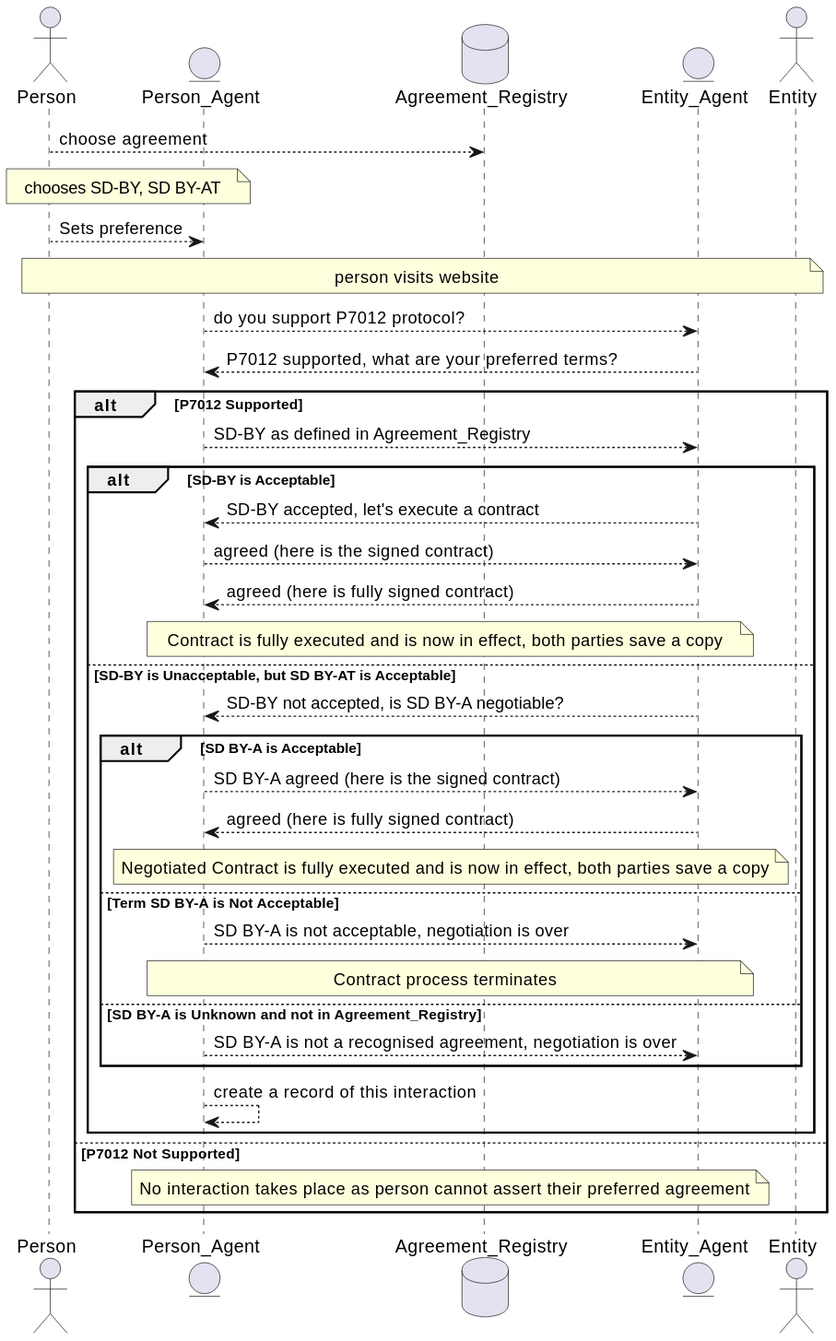
This is 2.2/diagrams/p7012-process-overview.svg from w3c/dpv, a PlantUML export, as it was before one commit.
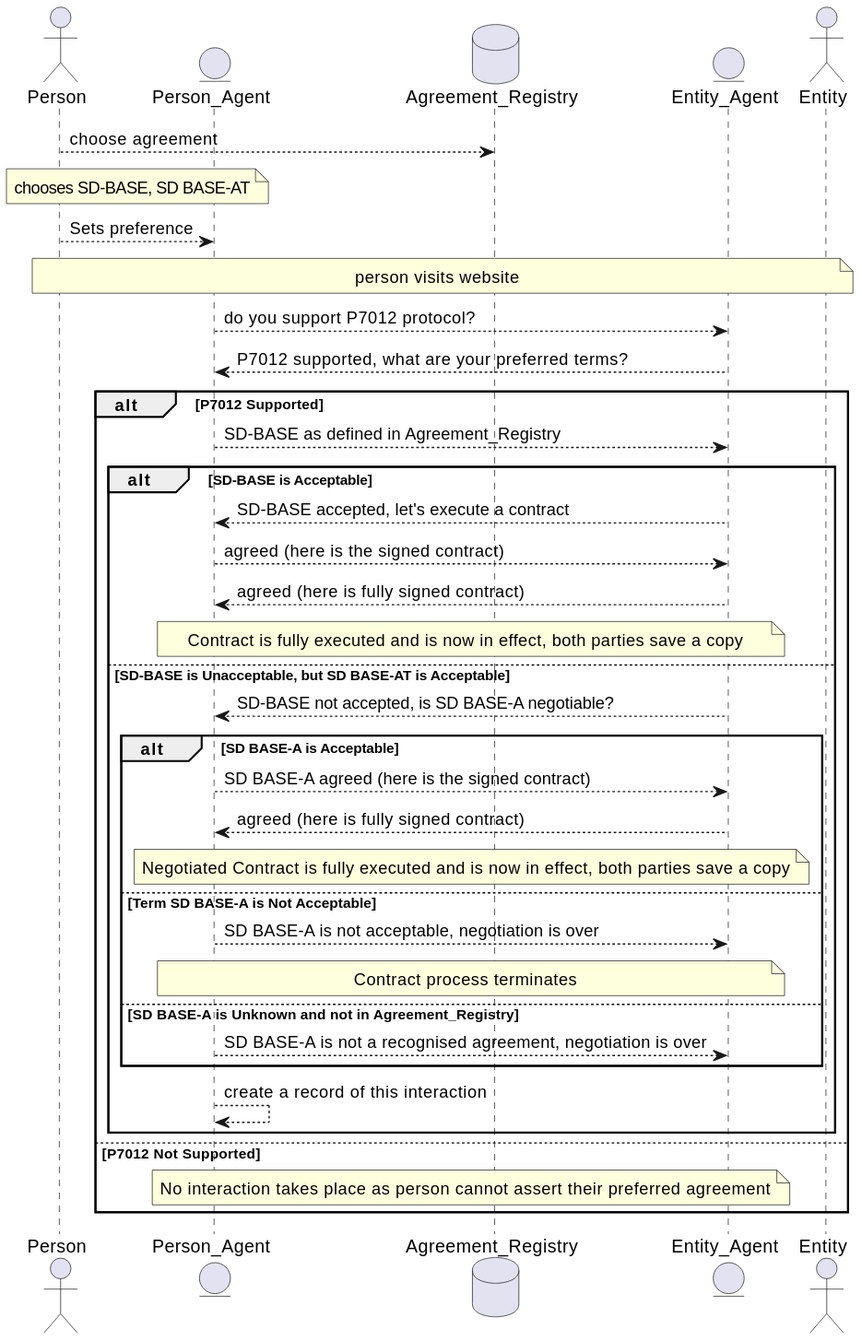
After the change.

Commit message:
p7012 updated diagrams ; close #379

The edit, as a diff of the source:
```diff
@@ -6,32 +6,32 @@
 actor Entity as SP
 
 P --> R: choose agreement
-note over P, PA: chooses SD-BY, SD BY-AT
+note over P, PA: chooses SD-BASE, SD BASE-AT
 P --> PA : Sets preference
 note over P, SP: person visits website
 PA --> PRA : do you support P7012 protocol?
 PRA --> PA : P7012 supported, what are your preferred terms?
 
 alt P7012 Supported
-    PA --> PRA : SD-BY as defined in Agreement_Registry
+    PA --> PRA : SD-BASE as defined in Agreement_Registry
 
-    alt SD-BY is Acceptable
-        PRA --> PA : SD-BY accepted, let's execute a contract
+    alt SD-BASE is Acceptable
+        PRA --> PA : SD-BASE accepted, let's execute a contract
         PA --> PRA : agreed (here is the signed contract)
         PRA --> PA : agreed (here is fully signed contract)
         note over PRA, PA : Contract is fully executed and is now in effect, both parties save a copy
-    else SD-BY is Unacceptable, but SD BY-AT is Acceptable
-        PRA --> PA : SD-BY not accepted, is SD BY-A negotiable?
+    else SD-BASE is Unacceptable, but SD BASE-AT is Acceptable
+        PRA --> PA : SD-BASE not accepted, is SD BASE-A negotiable?
 
-        alt SD BY-A is Acceptable
-            PA --> PRA : SD BY-A agreed (here is the signed contract)
+        alt SD BASE-A is Acceptable
+            PA --> PRA : SD BASE-A agreed (here is the signed contract)
             PRA --> PA : agreed (here is fully signed contract)
             note over PRA, PA : Negotiated Contract is fully executed and is now in effect, both parties save a copy
-        else Term SD BY-A is Not Acceptable
-            PA --> PRA: SD BY-A is not acceptable, negotiation is over
+        else Term SD BASE-A is Not Acceptable
+            PA --> PRA: SD BASE-A is not acceptable, negotiation is over
             note over PRA, PA : Contract process terminates
-        else SD BY-A is Unknown and not in Agreement_Registry
-            PA --> PRA: SD BY-A is not a recognised agreement, negotiation is over
+        else SD BASE-A is Unknown and not in Agreement_Registry
+            PA --> PRA: SD BASE-A is not a recognised agreement, negotiation is over
         end
         PA --> PA : create a record of this interaction
     end
```
